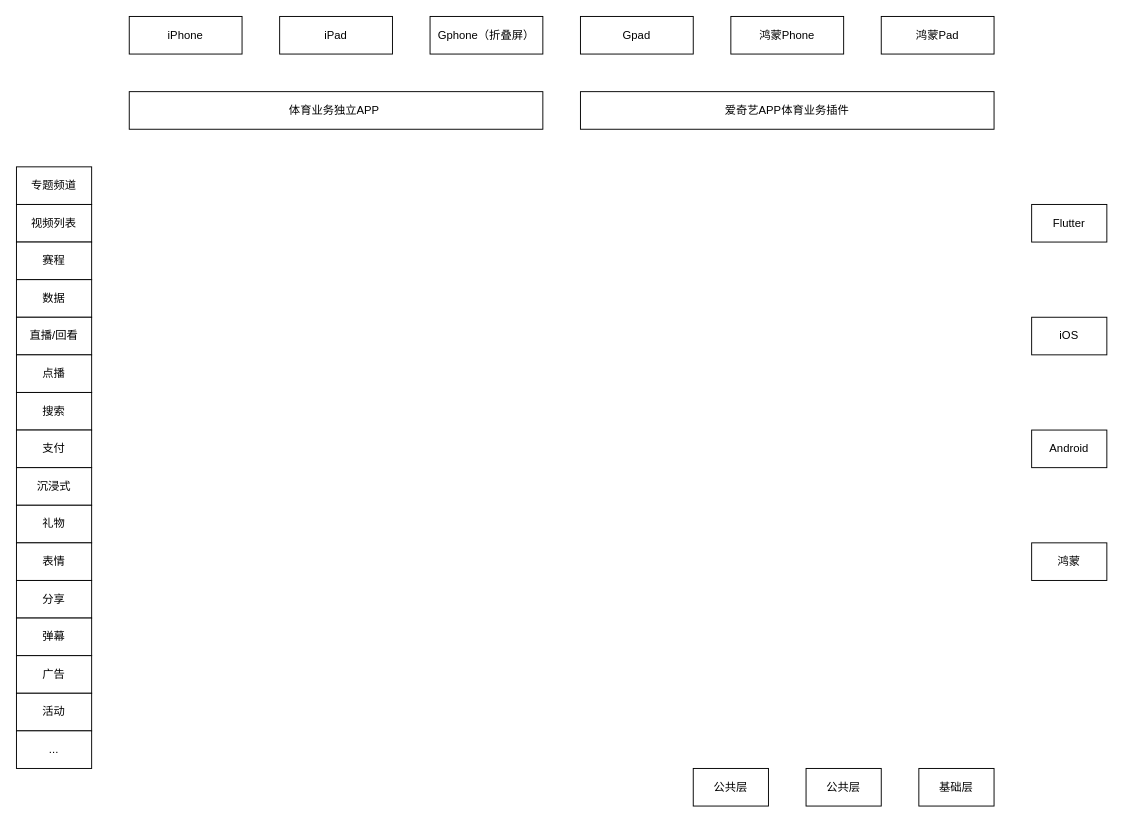
This is page "第 5 页" (5 of 5) of 未命名绘图.drawio from wanjj8023/app3, a draw.io file, before an edit. Source tidied: cells renumbered, new cells numbered last; positions are measured from the earlier drawing's top-left corner, leaving out a move shared by most shapes. Both pictures are drawn from the tidied source at 94%, with x=0, y=0 at pixel (16, 16).
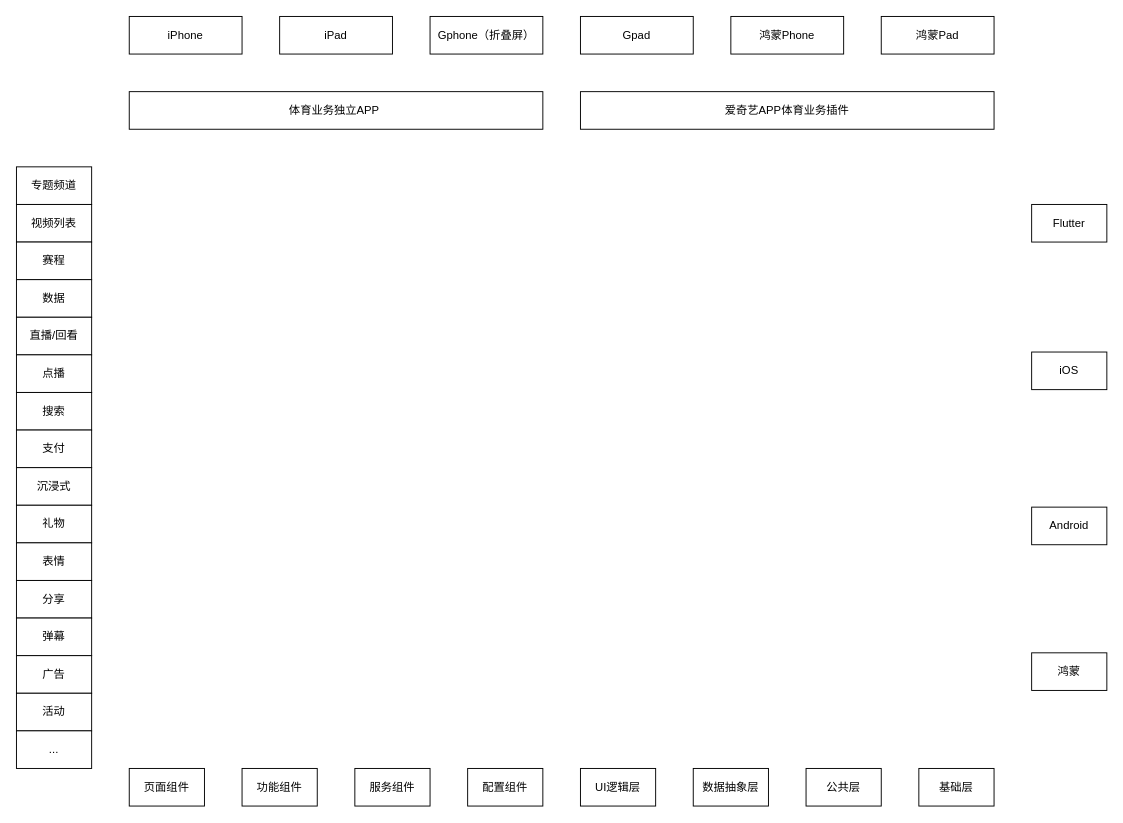
The same page after the edit.

Commit message:
体育大端架构.drawio

What changed in the source:
```diff
@@
     <mxCell id="27" value="iOS" style="html=1;whiteSpace=wrap;" parent="1" vertex="1">
-      <mxGeometry x="1080" y="320" width="80" height="40" as="geometry" />
+      <mxGeometry x="1080" y="357" width="80" height="40" as="geometry" />
     </mxCell>
     <mxCell id="28" value="Android" style="html=1;whiteSpace=wrap;" parent="1" vertex="1">
-      <mxGeometry x="1080" y="440" width="80" height="40" as="geometry" />
+      <mxGeometry x="1080" y="522" width="80" height="40" as="geometry" />
     </mxCell>
     <mxCell id="29" value="鸿蒙" style="html=1;whiteSpace=wrap;" parent="1" vertex="1">
-      <mxGeometry x="1080" y="560" width="80" height="40" as="geometry" />
+      <mxGeometry x="1080" y="677" width="80" height="40" as="geometry" />
     </mxCell>
@@
-    <mxCell id="32" value="公共层" style="html=1;whiteSpace=wrap;" parent="1" vertex="1">
+    <mxCell id="32" value="数据抽象层" style="html=1;whiteSpace=wrap;" parent="1" vertex="1">
       <mxGeometry x="720" y="800" width="80" height="40" as="geometry" />
     </mxCell>
+    <mxCell id="33" value="UI逻辑层" style="html=1;whiteSpace=wrap;" parent="1" vertex="1">
+      <mxGeometry x="600" y="800" width="80" height="40" as="geometry" />
+    </mxCell>
+    <mxCell id="34" value="页面组件" style="html=1;whiteSpace=wrap;" parent="1" vertex="1">
+      <mxGeometry x="120" y="800" width="80" height="40" as="geometry" />
+    </mxCell>
+    <mxCell id="35" value="功能组件" style="html=1;whiteSpace=wrap;" parent="1" vertex="1">
+      <mxGeometry x="240" y="800" width="80" height="40" as="geometry" />
+    </mxCell>
+    <mxCell id="36" value="服务组件" style="html=1;whiteSpace=wrap;" parent="1" vertex="1">
+      <mxGeometry x="360" y="800" width="80" height="40" as="geometry" />
+    </mxCell>
+    <mxCell id="37" value="配置组件" style="html=1;whiteSpace=wrap;" parent="1" vertex="1">
+      <mxGeometry x="480" y="800" width="80" height="40" as="geometry" />
+    </mxCell>
```
